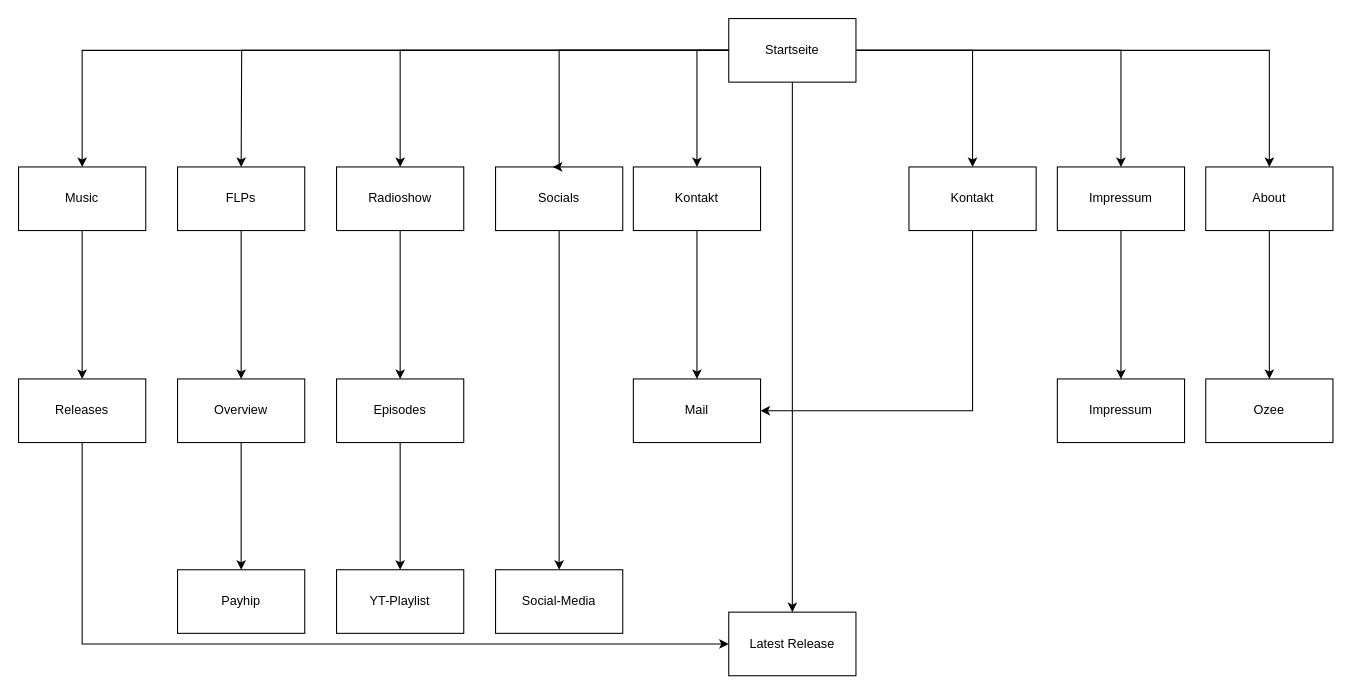
Earlier version of the draw.io diagram Unbenanntes Diagramm.drawio (albrecfa05/web). Source tidied: cells renumbered, new cells numbered last; positions are measured from the earlier drawing's top-left corner, leaving out a move shared by most shapes. Both pictures are drawn from the tidied source at 106%, with x=0, y=0 at pixel (18, 18).
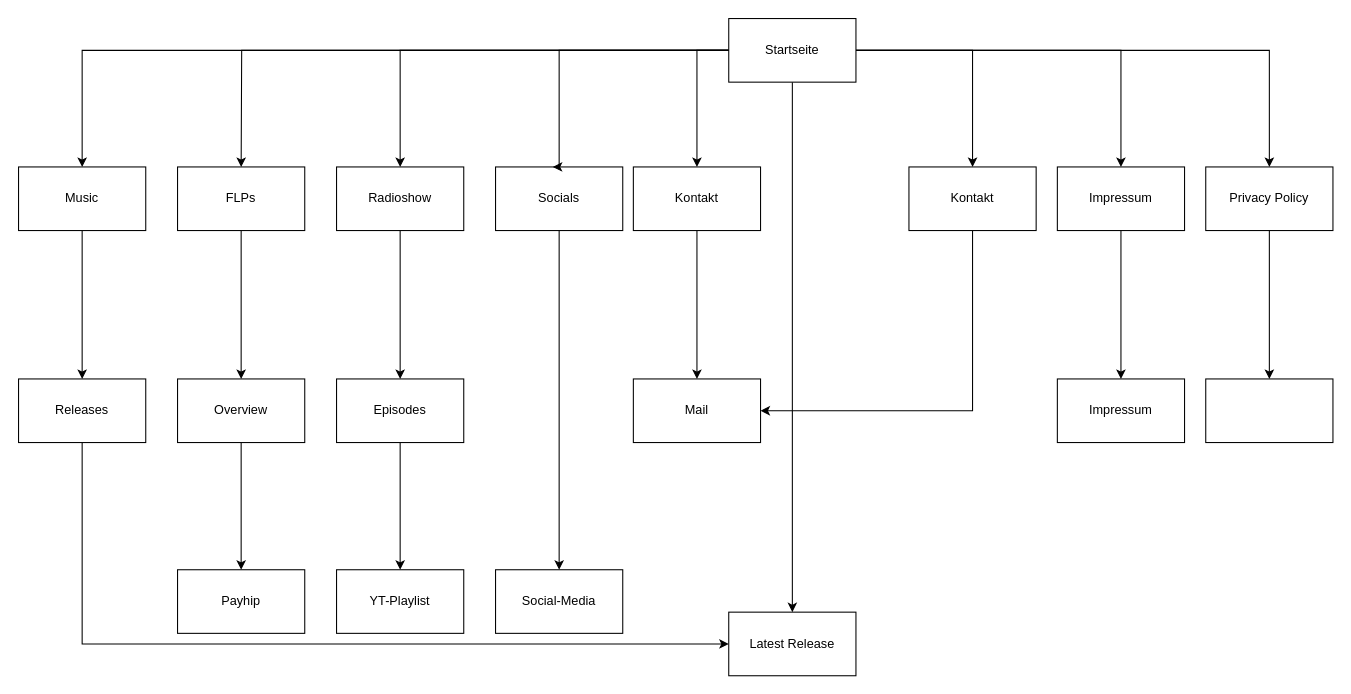
After the change.

The edit, as a diff of the source:
```diff
@@
-    <mxCell id="16" value="About" style="rounded=0;whiteSpace=wrap;html=1;" parent="1" vertex="1">
+    <mxCell id="16" value="Privacy Policy" style="rounded=0;whiteSpace=wrap;html=1;" parent="1" vertex="1">
       <mxGeometry x="1120" y="140" width="120" height="60" as="geometry" />
     </mxCell>
@@
-    <mxCell id="40" value="Ozee" style="rounded=0;whiteSpace=wrap;html=1;" parent="1" vertex="1">
+    <mxCell id="40" style="rounded=0;whiteSpace=wrap;html=1;" parent="1" vertex="1">
       <mxGeometry x="1120" y="340" width="120" height="60" as="geometry" />
     </mxCell>
```
